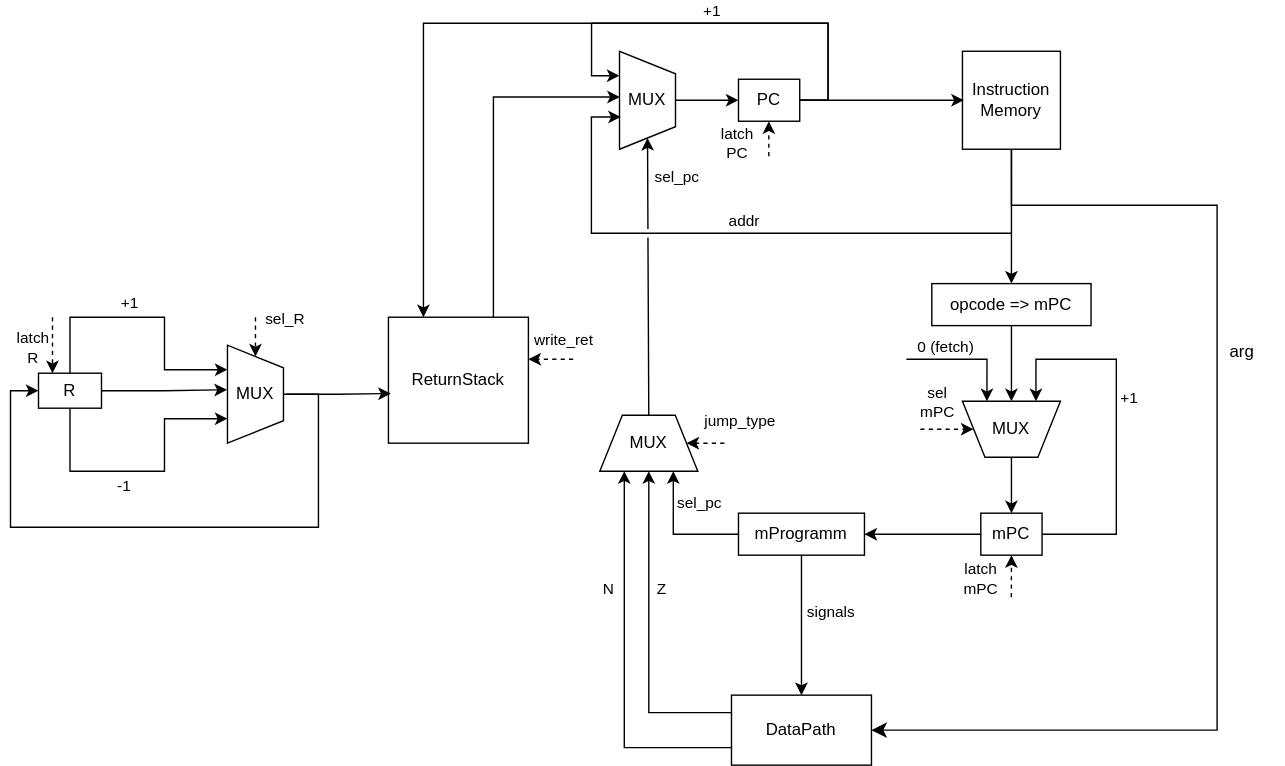
Above: schemes/ControlUnit.svg in ni-hvosta-in/lab4-csa (draw.io), before the change. Source tidied: cells renumbered, new cells last; positions are measured from the earlier drawing's top-left corner, leaving out a move shared by most shapes.
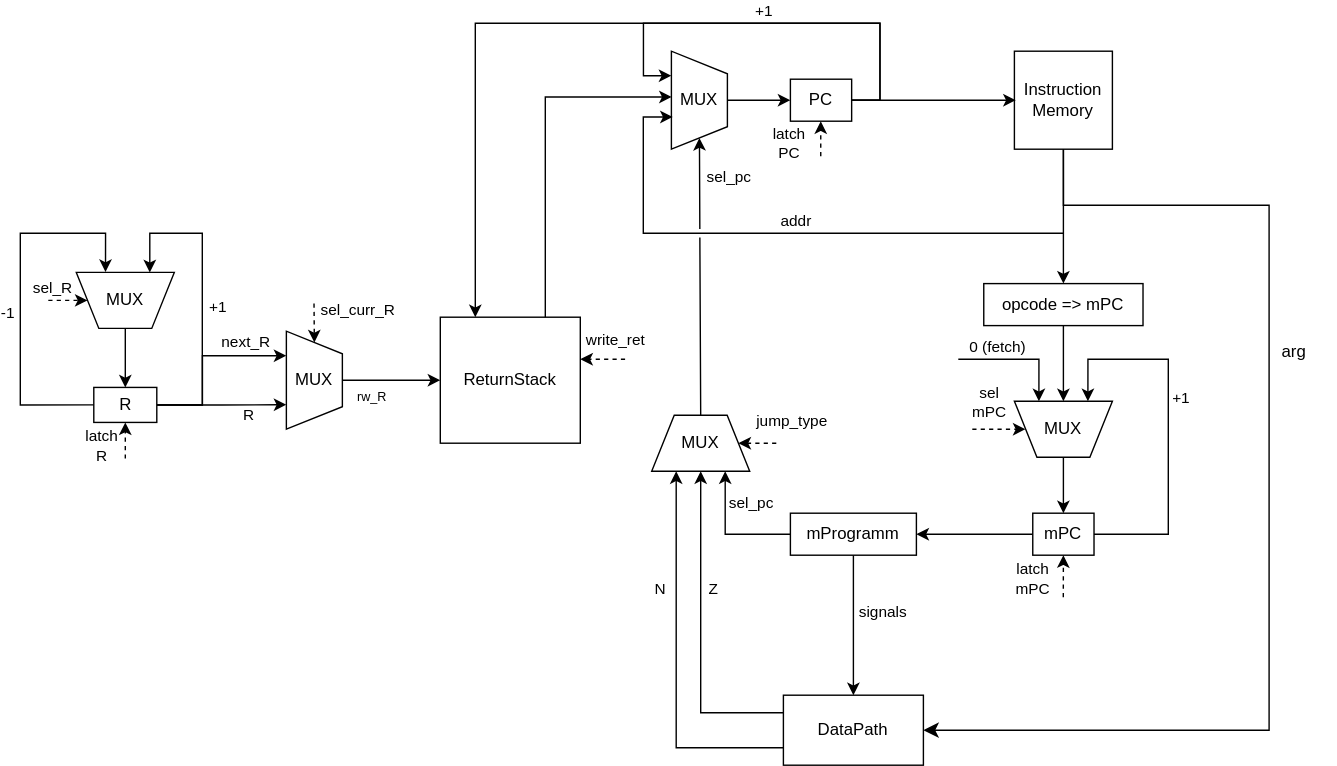
Later version of the same file.

What changed in the source:
```diff
@@ -184,11 +184,6 @@
     <mxCell id="40" value="ReturnStack" style="rounded=0;whiteSpace=wrap;html=1;" parent="1" vertex="1">
       <mxGeometry x="270" y="210" width="100" height="90" as="geometry" />
     </mxCell>
-    <mxCell id="41" style="edgeStyle=orthogonalEdgeStyle;rounded=0;jettySize=auto;html=1;entryX=0.017;entryY=0.606;entryDx=0;entryDy=0;entryPerimeter=0;" parent="1" edge="1" target="40">
-      <mxGeometry relative="1" as="geometry">
-        <mxPoint x="197" y="265" as="sourcePoint" />
-      </mxGeometry>
-    </mxCell>
     <mxCell id="42" style="edgeStyle=orthogonalEdgeStyle;rounded=0;jettySize=auto;html=1;exitX=0.75;exitY=0;exitDx=0;exitDy=0;entryX=0.533;entryY=0.994;entryDx=0;entryDy=0;entryPerimeter=0;" parent="1" edge="1" source="40" target="14">
       <mxGeometry relative="1" as="geometry" />
     </mxCell>
@@ -232,76 +227,105 @@
         <mxPoint x="8" y="-16" as="offset" />
       </mxGeometry>
     </mxCell>
-    <mxCell id="50" style="edgeStyle=orthogonalEdgeStyle;rounded=0;jettySize=auto;html=1;entryX=0.75;entryY=1;entryDx=0;entryDy=0;" parent="1" edge="1" source="54" target="58">
-      <mxGeometry relative="1" as="geometry">
-        <Array as="points">
-          <mxPoint x="43" y="210" />
-          <mxPoint x="110" y="210" />
-          <mxPoint x="110" y="248" />
-        </Array>
-      </mxGeometry>
-    </mxCell>
+    <mxCell id="62" value="arg" style="text;html=1;whiteSpace=wrap;strokeColor=none;fillColor=none;align=center;verticalAlign=middle;rounded=0;" parent="1" vertex="1">
+      <mxGeometry x="850" y="220" width="60" height="30" as="geometry" />
+    </mxCell>
+    <mxCell id="63" style="edgeStyle=orthogonalEdgeStyle;rounded=0;jettySize=auto;html=1;entryX=0.75;entryY=1;entryDx=0;entryDy=0;exitX=1;exitY=0.5;exitDx=0;exitDy=0;" parent="1" edge="1" source="54" target="69">
+      <mxGeometry relative="1" as="geometry">
+        <Array as="points">
+          <mxPoint x="100" y="273" />
+          <mxPoint x="100" y="150" />
+          <mxPoint x="63" y="150" />
+        </Array>
+      </mxGeometry>
+    </mxCell>
-    <mxCell id="51" value="+1" style="edgeLabel;html=1;align=center;verticalAlign=middle;" parent="50" vertex="1">
-      <mxGeometry x="-0.14" y="3" relative="1" as="geometry">
-        <mxPoint y="-8" as="offset" />
+    <mxCell id="51" value="+1" style="edgeLabel;html=1;align=center;verticalAlign=middle;" parent="63" vertex="1">
+      <mxGeometry x="0.34" relative="1" as="geometry">
+        <mxPoint x="10" y="44" as="offset" />
       </mxGeometry>
     </mxCell>
-    <mxCell id="52" style="edgeStyle=orthogonalEdgeStyle;rounded=0;jettySize=auto;html=1;entryX=0.25;entryY=1;entryDx=0;entryDy=0;" parent="1" edge="1" source="54" target="58">
-      <mxGeometry relative="1" as="geometry">
-        <Array as="points">
-          <mxPoint x="43" y="320" />
-          <mxPoint x="110" y="320" />
-          <mxPoint x="110" y="283" />
-        </Array>
-      </mxGeometry>
-    </mxCell>
+    <mxCell id="64" style="edgeStyle=orthogonalEdgeStyle;rounded=0;jettySize=auto;html=1;entryX=0.25;entryY=1;entryDx=0;entryDy=0;" parent="1" edge="1" source="54" target="58">
+      <mxGeometry relative="1" as="geometry" />
+    </mxCell>
+    <mxCell id="65" value="R" style="edgeLabel;html=1;align=center;verticalAlign=middle;" parent="64" vertex="1">
+      <mxGeometry x="0.39" y="2" relative="1" as="geometry">
+        <mxPoint y="9" as="offset" />
+      </mxGeometry>
+    </mxCell>
+    <mxCell id="66" style="edgeStyle=orthogonalEdgeStyle;rounded=0;jettySize=auto;html=1;entryX=0.75;entryY=1;entryDx=0;entryDy=0;" parent="1" edge="1" source="54" target="58">
+      <mxGeometry relative="1" as="geometry">
+        <Array as="points">
+          <mxPoint x="100" y="273" />
+          <mxPoint x="100" y="237" />
+        </Array>
+      </mxGeometry>
+    </mxCell>
+    <mxCell id="67" value="next_R" style="edgeLabel;html=1;align=center;verticalAlign=middle;" parent="66" vertex="1">
+      <mxGeometry x="0.53" y="-1" relative="1" as="geometry">
+        <mxPoint y="-11" as="offset" />
+      </mxGeometry>
+    </mxCell>
+    <mxCell id="54" value="R" style="rounded=0;whiteSpace=wrap;html=1;labelBackgroundColor=none;" parent="1" vertex="1">
+      <mxGeometry x="22.5" y="260.2" width="45" height="25" as="geometry" />
+    </mxCell>
+    <mxCell id="68" style="edgeStyle=orthogonalEdgeStyle;rounded=0;jettySize=auto;html=1;entryX=0.5;entryY=0;entryDx=0;entryDy=0;" parent="1" edge="1" source="69" target="54">
+      <mxGeometry relative="1" as="geometry" />
+    </mxCell>
+    <mxCell id="69" value="MUX" style="verticalLabelPosition=middle;verticalAlign=middle;html=1;shape=trapezoid;perimeter=trapezoidPerimeter;whiteSpace=wrap;size=0.23;arcSize=10;flipV=1;labelPosition=center;align=center;legacyAnchorPoints=0;labelBackgroundColor=none;direction=east;" parent="1" vertex="1">
+      <mxGeometry x="10" y="178" width="70" height="40" as="geometry" />
+    </mxCell>
+    <mxCell id="70" style="edgeStyle=orthogonalEdgeStyle;rounded=0;jettySize=auto;html=1;entryX=0.298;entryY=1.007;entryDx=0;entryDy=0;entryPerimeter=0;exitX=0;exitY=0.5;exitDx=0;exitDy=0;" parent="1" edge="1" source="54" target="69">
+      <mxGeometry relative="1" as="geometry">
+        <Array as="points">
+          <mxPoint x="-30" y="273" />
+          <mxPoint x="-30" y="150" />
+          <mxPoint x="31" y="150" />
+        </Array>
+      </mxGeometry>
+    </mxCell>
-    <mxCell id="53" value="-1" style="edgeLabel;html=1;align=center;verticalAlign=middle;" parent="52" vertex="1">
-      <mxGeometry x="-0.15" y="-4" relative="1" as="geometry">
-        <mxPoint y="6" as="offset" />
+    <mxCell id="53" value="-1" style="edgeLabel;html=1;align=center;verticalAlign=middle;" parent="70" vertex="1">
+      <mxGeometry x="0.16" relative="1" as="geometry">
+        <mxPoint x="-10" y="34" as="offset" />
       </mxGeometry>
     </mxCell>
-    <mxCell id="54" value="R" style="rounded=0;whiteSpace=wrap;html=1;labelBackgroundColor=none;" parent="1" vertex="1">
-      <mxGeometry x="20" y="250" width="45" height="25" as="geometry" />
-    </mxCell>
-    <mxCell id="55" style="endArrow=classic;html=1;rounded=0;entryX=1;entryY=0.5;entryDx=0;entryDy=0;dashed=1;labelBackgroundColor=none;fontColor=default;" parent="1" edge="1" target="58">
-      <mxGeometry relative="1" as="geometry">
-        <mxPoint x="175" y="210" as="sourcePoint" />
-      </mxGeometry>
-    </mxCell>
+    <mxCell id="71" style="endArrow=classic;html=1;rounded=0;entryX=0;entryY=0.5;entryDx=0;entryDy=0;dashed=1;labelBackgroundColor=none;fontColor=default;" parent="1" edge="1" target="69">
+      <mxGeometry relative="1" as="geometry">
+        <mxPoint x="-10" y="198" as="sourcePoint" />
+      </mxGeometry>
+    </mxCell>
-    <mxCell id="56" value="sel_R" style="edgeLabel;html=1;align=center;verticalAlign=middle;labelBackgroundColor=none;" parent="55" vertex="1">
+    <mxCell id="56" value="sel_R" style="edgeLabel;html=1;align=center;verticalAlign=middle;labelBackgroundColor=none;" parent="71" vertex="1">
       <mxGeometry x="-0.08" y="1" relative="1" as="geometry">
-        <mxPoint x="19" y="-13" as="offset" />
+        <mxPoint x="-11" y="-9" as="offset" />
       </mxGeometry>
     </mxCell>
-    <mxCell id="57" style="edgeStyle=orthogonalEdgeStyle;rounded=0;jettySize=auto;html=1;entryX=0;entryY=0.5;entryDx=0;entryDy=0;" parent="1" edge="1" source="58" target="54">
-      <mxGeometry relative="1" as="geometry">
-        <Array as="points">
-          <mxPoint x="220" y="265" />
-          <mxPoint x="220" y="360" />
-          <mxPoint y="360" />
-          <mxPoint y="262" />
-        </Array>
-      </mxGeometry>
-    </mxCell>
+    <mxCell id="72" style="endArrow=classic;html=1;rounded=0;dashed=1;labelBackgroundColor=none;fontColor=default;entryX=0.5;entryY=1;entryDx=0;entryDy=0;" parent="1" edge="1" target="54">
+      <mxGeometry relative="1" as="geometry">
+        <mxPoint x="45" y="311" as="sourcePoint" />
+      </mxGeometry>
+    </mxCell>
+    <mxCell id="61" value="latch&lt;br&gt;R" style="edgeLabel;html=1;align=center;verticalAlign=middle;labelBackgroundColor=none;" parent="72" vertex="1">
+      <mxGeometry x="-0.02" y="1" relative="1" as="geometry">
+        <mxPoint x="-17" y="3" as="offset" />
+      </mxGeometry>
+    </mxCell>
+    <mxCell id="73" value="&lt;font style=&quot;font-size: 9px;&quot;&gt;rw_R&lt;/font&gt;" style="edgeLabel;html=1;align=center;verticalAlign=middle;fontSize=12;" parent="1" vertex="1">
+      <mxGeometry x="220.4" y="266" as="geometry" />
+    </mxCell>
+    <mxCell id="74" style="edgeStyle=orthogonalEdgeStyle;rounded=0;jettySize=auto;html=1;entryX=0;entryY=0.5;entryDx=0;entryDy=0;" parent="1" edge="1" source="58" target="40">
+      <mxGeometry relative="1" as="geometry" />
+    </mxCell>
     <mxCell id="58" value="MUX" style="verticalLabelPosition=middle;verticalAlign=middle;html=1;shape=trapezoid;perimeter=trapezoidPerimeter;whiteSpace=wrap;size=0.23;arcSize=10;flipV=1;labelPosition=center;align=center;legacyAnchorPoints=0;labelBackgroundColor=none;direction=south;" parent="1" vertex="1">
-      <mxGeometry x="155" y="230" width="40" height="70" as="geometry" />
+      <mxGeometry x="160" y="220" width="40" height="70" as="geometry" />
     </mxCell>
-    <mxCell id="59" style="edgeStyle=orthogonalEdgeStyle;rounded=0;jettySize=auto;html=1;entryX=0.545;entryY=1.008;entryDx=0;entryDy=0;entryPerimeter=0;" parent="1" edge="1" source="54" target="58">
-      <mxGeometry relative="1" as="geometry" />
-    </mxCell>
-    <mxCell id="60" style="endArrow=classic;html=1;rounded=0;entryX=0.223;entryY=0;entryDx=0;entryDy=0;dashed=1;labelBackgroundColor=none;fontColor=default;entryPerimeter=0;" parent="1" edge="1">
-      <mxGeometry relative="1" as="geometry">
-        <mxPoint x="30" y="210" as="sourcePoint" />
-        <mxPoint x="30" y="250" as="targetPoint" />
-      </mxGeometry>
-    </mxCell>
-    <mxCell id="61" value="latch&lt;br&gt;R" style="edgeLabel;html=1;align=center;verticalAlign=middle;labelBackgroundColor=none;" parent="60" vertex="1">
-      <mxGeometry x="-0.02" y="1" relative="1" as="geometry">
-        <mxPoint x="-16" y="1" as="offset" />
-      </mxGeometry>
-    </mxCell>
-    <mxCell id="62" value="arg" style="text;html=1;whiteSpace=wrap;strokeColor=none;fillColor=none;align=center;verticalAlign=middle;rounded=0;" parent="1" vertex="1">
-      <mxGeometry x="850" y="220" width="60" height="30" as="geometry" />
-    </mxCell>
+    <mxCell id="75" style="endArrow=classic;html=1;rounded=0;entryX=1;entryY=0.5;entryDx=0;entryDy=0;dashed=1;labelBackgroundColor=none;fontColor=default;" parent="1" edge="1" target="58">
+      <mxGeometry relative="1" as="geometry">
+        <mxPoint x="179.8" y="200.2" as="sourcePoint" />
+      </mxGeometry>
+    </mxCell>
+    <mxCell id="76" value="sel_curr_R" style="edgeLabel;html=1;align=center;verticalAlign=middle;labelBackgroundColor=none;" parent="75" vertex="1">
+      <mxGeometry x="-0.08" y="1" relative="1" as="geometry">
+        <mxPoint x="30" y="-9" as="offset" />
+      </mxGeometry>
+    </mxCell>
   </root>
 </mxGraphModel>
```
